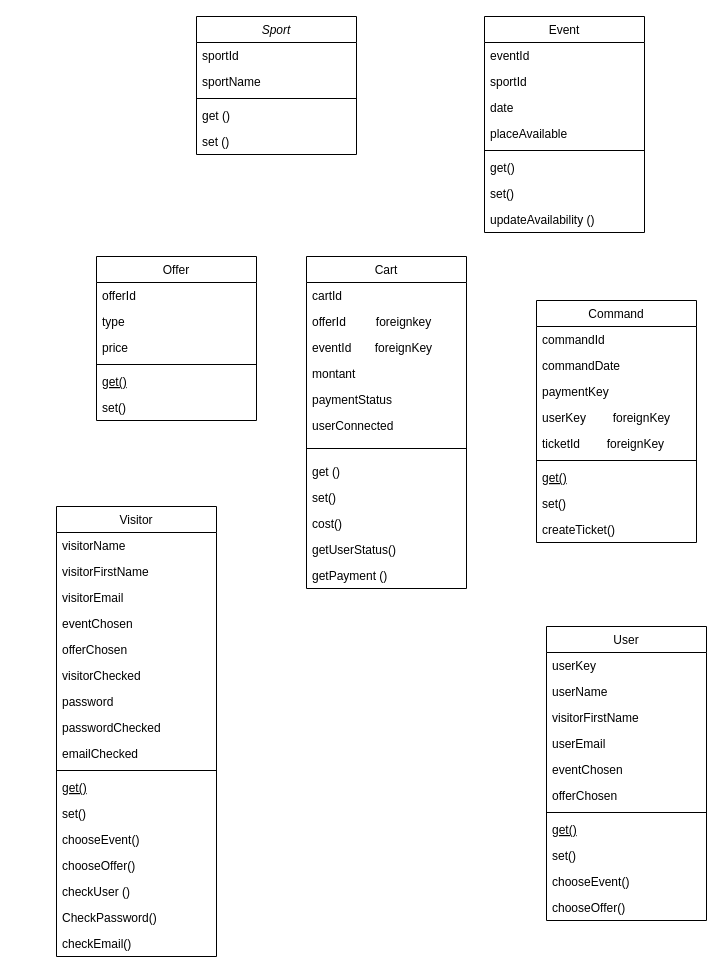
This is diagramme de classe.drawio from mariannemnrt/ProjetReservationBilletJO, a draw.io file, before an edit. Source tidied: cells renumbered, new cells numbered last; positions are measured from the earlier drawing's top-left corner, leaving out a move shared by most shapes. Both pictures are drawn from the tidied source at 100%, with x=0, y=0 at pixel (56, 16).
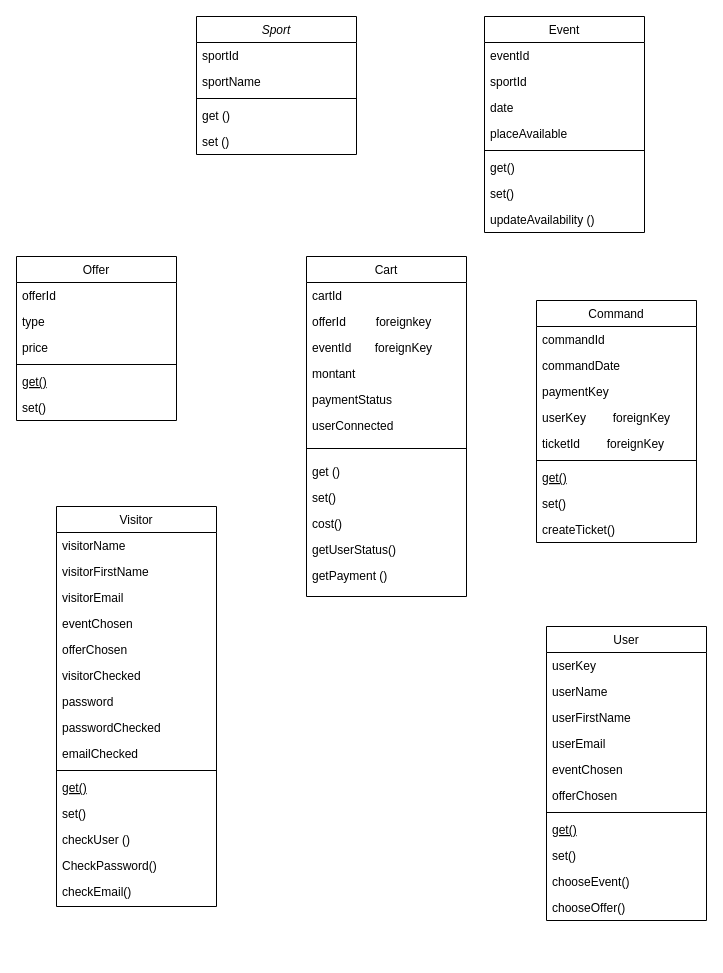
Above is the later version.

Commit message:
Mettre à jour diagramme de classe.drawio

Unchanged cells that the change refers to:
```xml
<mxCell id="65" value="User" style="swimlane;fontStyle=0;align=center;verticalAlign=top;horizontal=1;startSize=26;rounded=0;shadow=0;strokeWidth=1;" parent="1" vertex="1">
  <mxGeometry x="490" y="610" width="160" height="294" as="geometry" />
</mxCell>
```

Diff of the diagram source:
```diff
@@
     <mxCell id="8" value="Offer" style="swimlane;fontStyle=0;align=center;verticalAlign=top;horizontal=1;startSize=26;rounded=0;shadow=0;strokeWidth=1;" parent="1" vertex="1">
-      <mxGeometry x="40" y="240" width="160" height="164" as="geometry" />
+      <mxGeometry x="-40" y="240" width="160" height="164" as="geometry" />
     </mxCell>
@@
     <mxCell id="15" value="Cart" style="swimlane;fontStyle=0;align=center;verticalAlign=top;horizontal=1;startSize=26;rounded=0;shadow=0;strokeWidth=1;" parent="1" vertex="1">
-      <mxGeometry x="250" y="240" width="160" height="332" as="geometry" />
+      <mxGeometry x="250" y="240" width="160" height="340" as="geometry" />
     </mxCell>
@@
     <mxCell id="47" value="Visitor " style="swimlane;fontStyle=0;align=center;verticalAlign=top;horizontal=1;startSize=26;rounded=0;shadow=0;strokeWidth=1;" parent="1" vertex="1">
-      <mxGeometry y="490" width="160" height="450" as="geometry" />
+      <mxGeometry y="490" width="160" height="400" as="geometry" />
     </mxCell>
@@
-    <mxCell id="60" value="chooseEvent()" style="text;align=left;verticalAlign=top;spacingLeft=4;spacingRight=4;overflow=hidden;" parent="47" vertex="1">
-      <mxGeometry y="320" width="160" height="26" as="geometry" />
-    </mxCell>
-    <mxCell id="61" value="chooseOffer()" style="text;align=left;verticalAlign=top;spacingLeft=4;spacingRight=4;overflow=hidden;" parent="47" vertex="1">
-      <mxGeometry y="346" width="160" height="26" as="geometry" />
-    </mxCell>
     <mxCell id="62" value="checkUser ()" style="text;align=left;verticalAlign=top;spacingLeft=4;spacingRight=4;overflow=hidden;" parent="47" vertex="1">
-      <mxGeometry y="372" width="160" height="26" as="geometry" />
+      <mxGeometry y="320" width="160" height="26" as="geometry" />
     </mxCell>
     <mxCell id="63" value="CheckPassword()" style="text;align=left;verticalAlign=top;spacingLeft=4;spacingRight=4;overflow=hidden;" parent="47" vertex="1">
-      <mxGeometry y="398" width="160" height="26" as="geometry" />
+      <mxGeometry y="346" width="160" height="26" as="geometry" />
     </mxCell>
     <mxCell id="64" value="checkEmail()" style="text;align=left;verticalAlign=top;spacingLeft=4;spacingRight=4;overflow=hidden;" parent="47" vertex="1">
-      <mxGeometry y="424" width="160" height="26" as="geometry" />
+      <mxGeometry y="372" width="160" height="26" as="geometry" />
     </mxCell>
@@
-    <mxCell id="68" value="visitorFirstName" style="text;align=left;verticalAlign=top;spacingLeft=4;spacingRight=4;overflow=hidden;rounded=0;shadow=0;html=0;" parent="65" vertex="1">
+    <mxCell id="68" value="userFirstName" style="text;align=left;verticalAlign=top;spacingLeft=4;spacingRight=4;overflow=hidden;rounded=0;shadow=0;html=0;" parent="65" vertex="1">
       <mxGeometry y="78" width="160" height="26" as="geometry" />
     </mxCell>
```
